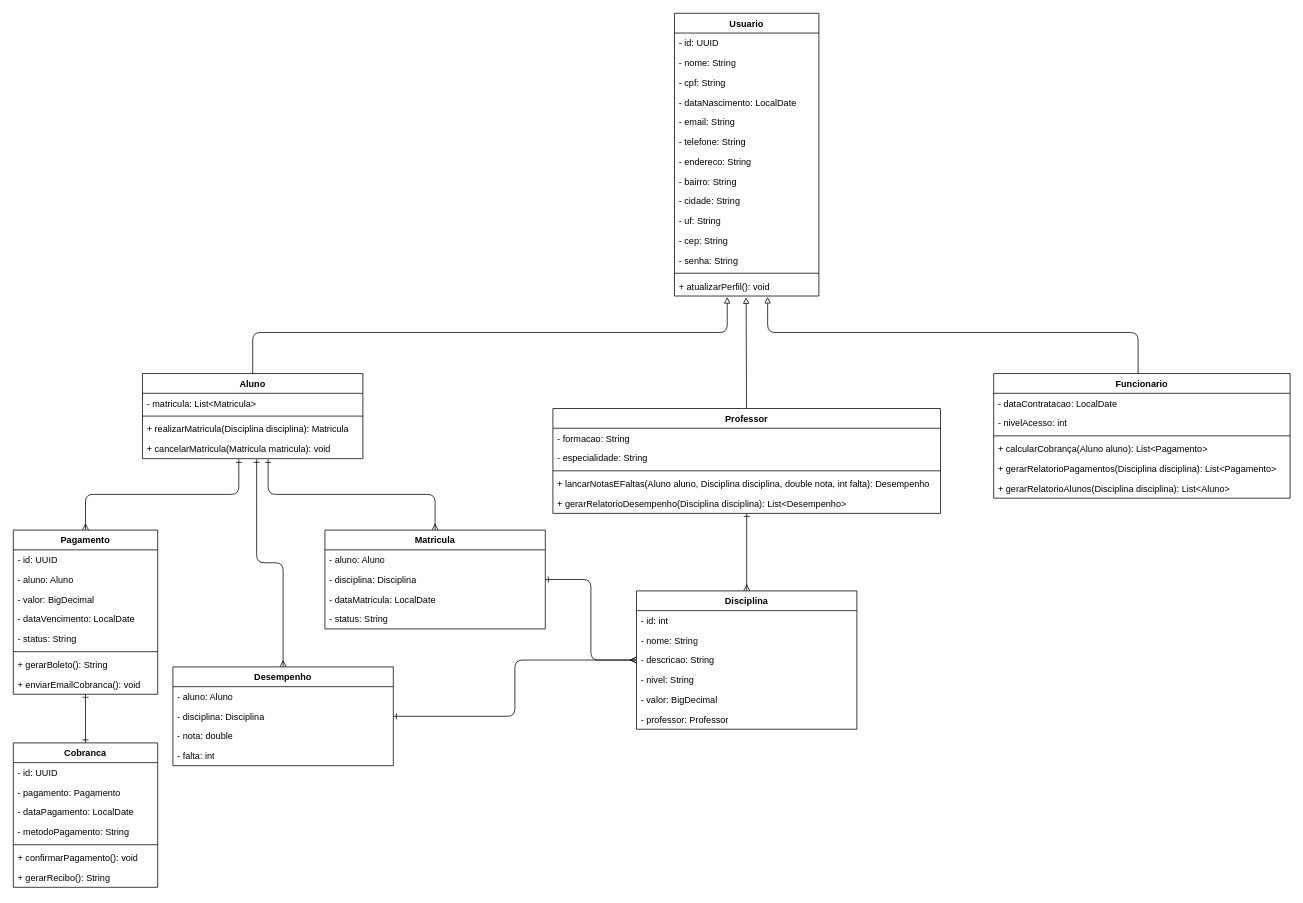
The draw.io diagram edugo_tcc/src/main/java/com/edugo/edugo_tcc/diagramas/diagramas.drawio in ricajust/monolito, before the edit. Source tidied: cells renumbered, new cells numbered last; positions are measured from the earlier drawing's top-left corner, leaving out a move shared by most shapes. Both pictures are drawn from the tidied source at 76%, with x=0, y=0 at pixel (13, 13).
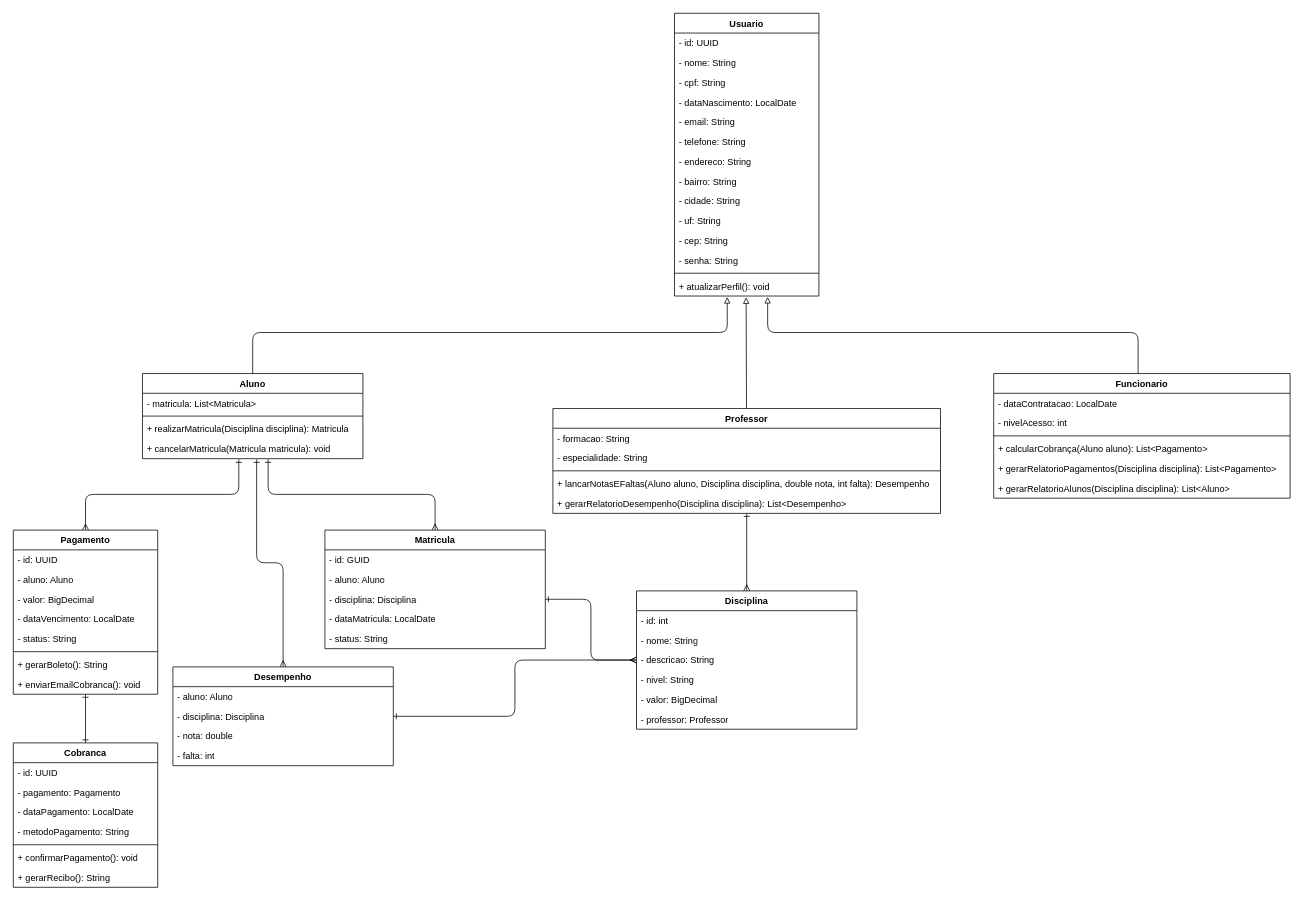
The same diagram, later.

Commit message:
feat: ajuste do diagrama Matricula

The edit, as a diff of the source:
```diff
@@
     <mxCell id="43" value="Matricula" style="swimlane;fontStyle=1;align=center;verticalAlign=top;horizontal=1;startSize=26;whiteSpace=wrap;html=1;" parent="1" vertex="1">
-      <mxGeometry x="410" y="680" width="290" height="130" as="geometry" />
+      <mxGeometry x="410" y="680" width="290" height="156" as="geometry" />
     </mxCell>
-    <mxCell id="44" value="- aluno: Aluno" style="text;strokeColor=none;fillColor=none;align=left;verticalAlign=top;spacingLeft=4;spacingRight=4;overflow=hidden;whiteSpace=wrap;html=1;" parent="43" vertex="1">
+    <mxCell id="44" value="- id: GUID" style="text;strokeColor=none;fillColor=none;align=left;verticalAlign=top;spacingLeft=4;spacingRight=4;overflow=hidden;whiteSpace=wrap;html=1;" parent="43" vertex="1">
       <mxGeometry y="26" width="290" height="26" as="geometry" />
     </mxCell>
+    <mxCell id="79" value="- aluno: Aluno" style="text;strokeColor=none;fillColor=none;align=left;verticalAlign=top;spacingLeft=4;spacingRight=4;overflow=hidden;whiteSpace=wrap;html=1;" parent="43" vertex="1">
+      <mxGeometry y="52" width="290" height="26" as="geometry" />
+    </mxCell>
     <mxCell id="45" value="- disciplina: Disciplina" style="text;strokeColor=none;fillColor=none;align=left;verticalAlign=top;spacingLeft=4;spacingRight=4;overflow=hidden;points=[[0,0.5],[1,0.5]];portConstraint=eastwest;whiteSpace=wrap;html=1;" parent="43" vertex="1">
-      <mxGeometry y="52" width="290" height="26" as="geometry" />
+      <mxGeometry y="78" width="290" height="26" as="geometry" />
     </mxCell>
     <mxCell id="46" value="- dataMatricula: LocalDate" style="text;strokeColor=none;fillColor=none;align=left;verticalAlign=top;spacingLeft=4;spacingRight=4;overflow=hidden;whiteSpace=wrap;html=1;" parent="43" vertex="1">
-      <mxGeometry y="78" width="290" height="26" as="geometry" />
+      <mxGeometry y="104" width="290" height="26" as="geometry" />
     </mxCell>
     <mxCell id="47" value="- status: String" style="text;strokeColor=none;fillColor=none;align=left;verticalAlign=top;spacingLeft=4;spacingRight=4;overflow=hidden;whiteSpace=wrap;html=1;" parent="43" vertex="1">
-      <mxGeometry y="104" width="290" height="26" as="geometry" />
+      <mxGeometry y="130" width="290" height="26" as="geometry" />
     </mxCell>
```
